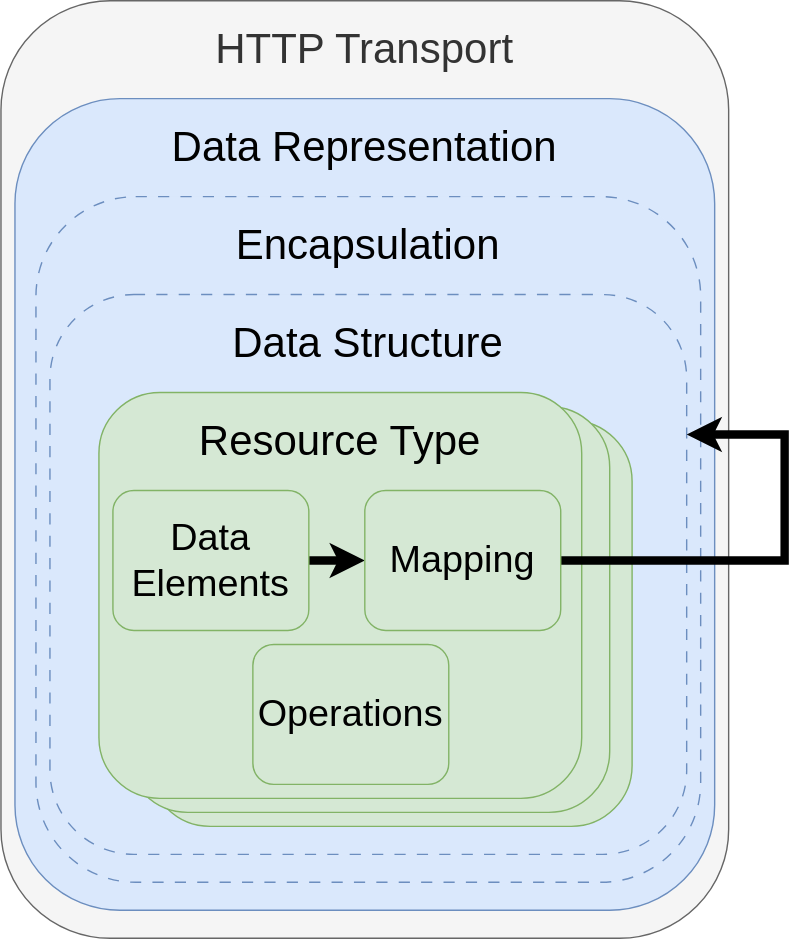
The draw.io diagram assets/Architecture.drawio.svg in pawel-kow/RPP-architecture, before a commit. Source tidied: cells renumbered, new cells last; positions are measured from the earlier drawing's top-left corner, leaving out a move shared by most shapes.
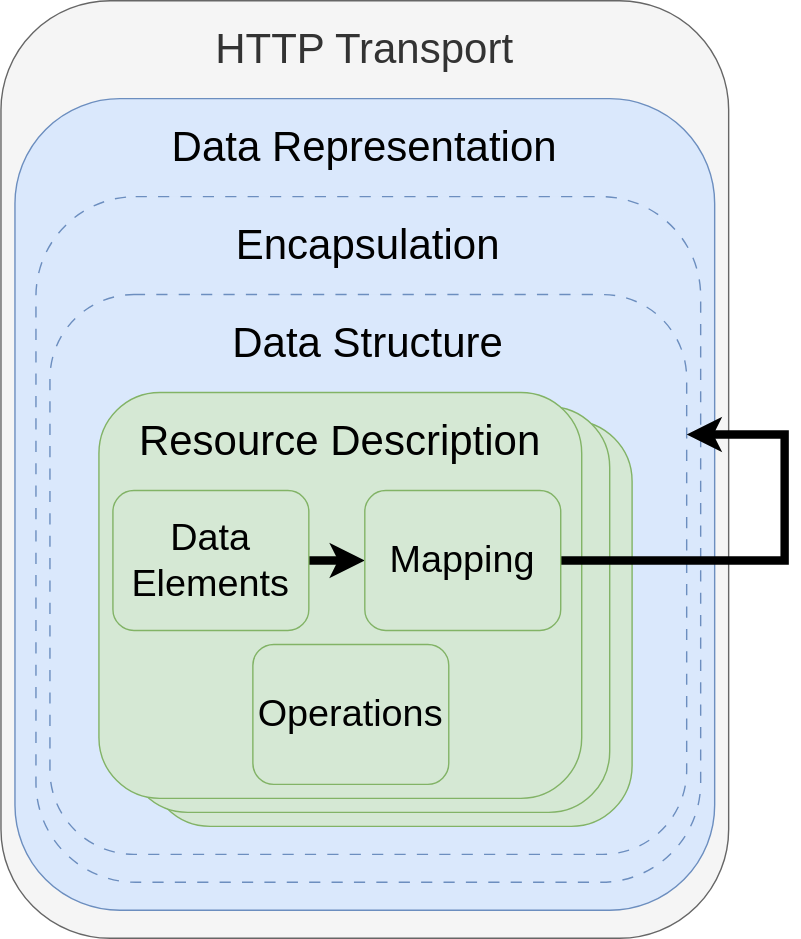
After the commit.

Change to the diagram source:
```diff
@@ -20,7 +20,7 @@
     <mxCell id="7" value="Resource Type" style="rounded=1;whiteSpace=wrap;html=1;align=center;verticalAlign=top;fontSize=30;spacingTop=10;fillColor=#d5e8d4;strokeColor=#82b366;" parent="1" vertex="1">
       <mxGeometry x="90" y="290" width="345" height="290" as="geometry" />
     </mxCell>
-    <mxCell id="8" value="Resource Type" style="rounded=1;whiteSpace=wrap;html=1;align=center;verticalAlign=top;fontSize=30;spacingTop=10;fillColor=#d5e8d4;strokeColor=#82b366;" parent="1" vertex="1">
+    <mxCell id="8" value="Resource Description" style="rounded=1;whiteSpace=wrap;html=1;align=center;verticalAlign=top;fontSize=30;spacingTop=10;fillColor=#d5e8d4;strokeColor=#82b366;" parent="1" vertex="1">
       <mxGeometry x="70" y="280" width="345" height="290" as="geometry" />
     </mxCell>
     <mxCell id="9" style="edgeStyle=orthogonalEdgeStyle;rounded=0;jettySize=auto;html=1;exitX=1;exitY=0.5;exitDx=0;exitDy=0;entryX=0;entryY=0.5;entryDx=0;entryDy=0;strokeColor=default;strokeWidth=6;align=center;verticalAlign=middle;fontFamily=Helvetica;fontSize=11;fontColor=default;labelBackgroundColor=default;endArrow=classic;" parent="1" edge="1" source="10" target="12">
```
